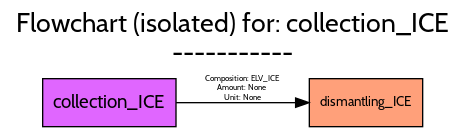
Earlier version of the Graphviz export src/examples/ELV/figures/flowcharts/processes/png/collection_ICE.png (FutuRaM-Project/Recovery-Model). Its source is kept beside it as src/examples/ELV/figures/flowcharts/processes/dot/collection_ICE.dot.
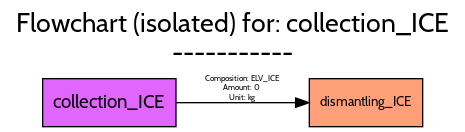
The same file after the commit.

Change to the diagram source:
```diff
@@ -35,8 +35,8 @@
 		fontname=Cabin,
 		fontsize=6,
 		label="Composition: ELV_ICE
-Amount: None
-Unit: None",
+Amount: 0
+Unit: kg",
 		lp="178,28.5",
 		pos="e,227.71,18 128.06,18 155.43,18 189.51,18 217.37,18"];
 }
```
